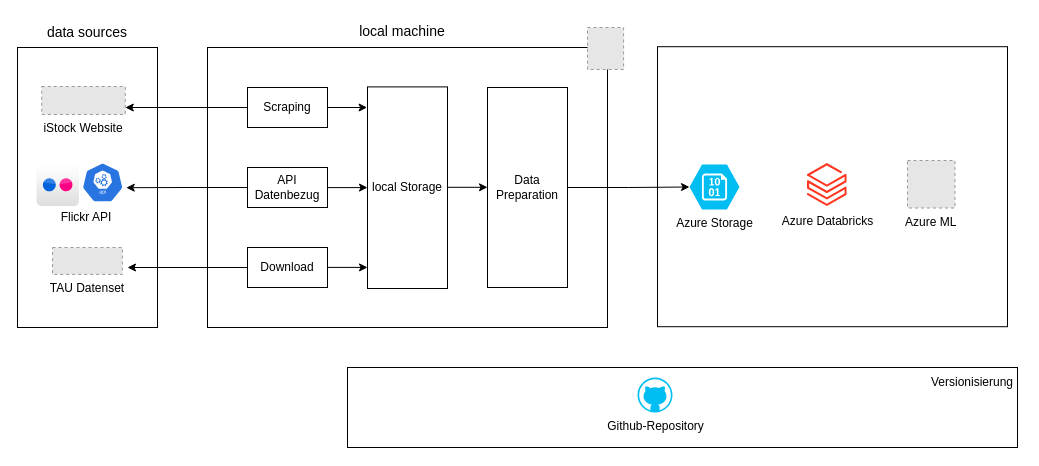
simschwab/zhaw_appliedDataScience keeps this draw.io diagram as Solution Design/solution-design.drawio. Above is the earlier version. Source tidied: cells renumbered, new cells numbered last; positions are measured from the earlier drawing's top-left corner, leaving out a move shared by most shapes. Both pictures are drawn from the tidied source at 100%, with x=0, y=0 at pixel (17, 16). Pictures stored in the file or linked from it are replaced by grey dashed boxes.
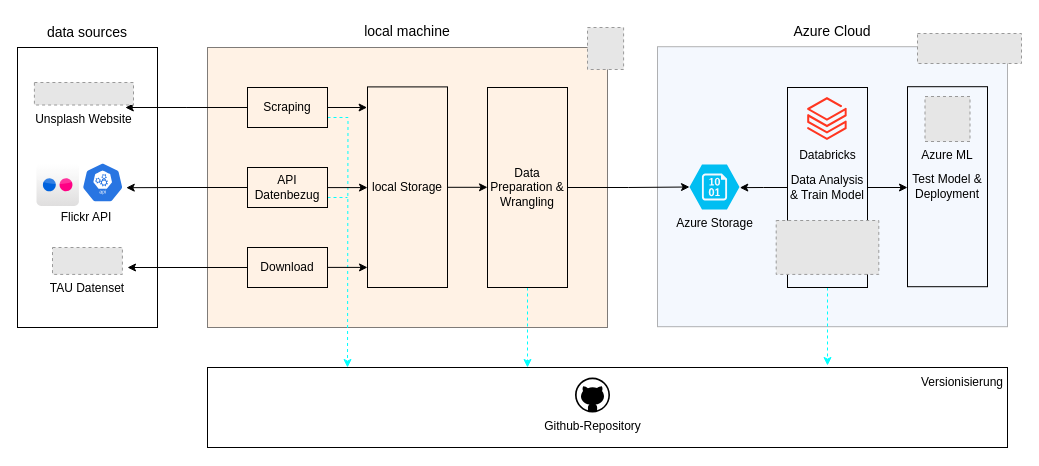
Above is the later version.

Unchanged cells that the change refers to:
```xml
<mxCell id="5" value="Azure Storage" style="verticalLabelPosition=bottom;html=1;verticalAlign=top;align=center;strokeColor=none;fillColor=#00BEF2;shape=mxgraph.azure.storage_blob;" parent="1" vertex="1">
  <mxGeometry x="672" y="148" width="50" height="45" as="geometry" />
</mxCell>
<mxCell id="17" value="Scraping" style="rounded=0;whiteSpace=wrap;html=1;fontSize=12;fillColor=none;" parent="1" vertex="1">
  <mxGeometry x="230" y="71" width="80" height="40" as="geometry" />
</mxCell>
<mxCell id="19" value="API Datenbezug" style="rounded=0;whiteSpace=wrap;html=1;fontSize=12;fillColor=none;" parent="1" vertex="1">
  <mxGeometry x="230" y="151" width="80" height="40" as="geometry" />
</mxCell>
```

What changed in the source:
```diff
@@
+    <mxCell id="4" style="rounded=0;whiteSpace=wrap;html=1;fillColor=#ffe6cc;strokeColor=#000000;opacity=50;" parent="1" vertex="1">
+      <mxGeometry x="190" y="31" width="400" height="280" as="geometry" />
+    </mxCell>
     <mxCell id="2" style="rounded=0;whiteSpace=wrap;html=1;labelBackgroundColor=default;fontSize=12;fillColor=none;" parent="1" vertex="1">
-      <mxGeometry x="330" y="351" width="670" height="80" as="geometry" />
+      <mxGeometry x="190" y="351" width="800" height="80" as="geometry" />
     </mxCell>
-    <mxCell id="3" style="rounded=0;whiteSpace=wrap;html=1;fillColor=none;" parent="1" vertex="1">
+    <mxCell id="3" style="rounded=0;whiteSpace=wrap;html=1;fillColor=#dae8fc;strokeColor=#000000;opacity=30;" parent="1" vertex="1">
       <mxGeometry x="640" y="30.2" width="350" height="280" as="geometry" />
     </mxCell>
-    <mxCell id="4" style="rounded=0;whiteSpace=wrap;html=1;fillColor=none;" parent="1" vertex="1">
-      <mxGeometry x="190" y="31" width="400" height="280" as="geometry" />
-    </mxCell>
@@
-    <mxCell id="6" value="Azure Databricks" style="html=1;align=center;image;fontSize=12;image=img/lib/azure2/analytics/Azure_Databricks.svg;labelBackgroundColor=none;" parent="1" vertex="1">
-      <mxGeometry x="790" y="146" width="39.7" height="45" as="geometry" />
-    </mxCell>
@@
-    <mxCell id="13" value="Github-Repository" style="verticalLabelPosition=bottom;html=1;verticalAlign=top;align=center;strokeColor=none;fillColor=#00BEF2;shape=mxgraph.azure.github_code;" parent="1" vertex="1">
-      <mxGeometry x="620" y="361" width="35" height="35" as="geometry" />
+    <mxCell id="13" value="Github-Repository" style="verticalLabelPosition=bottom;html=1;verticalAlign=top;align=center;strokeColor=none;fillColor=#000000;shape=mxgraph.azure.github_code;" parent="1" vertex="1">
+      <mxGeometry x="557.5" y="361" width="35" height="35" as="geometry" />
     </mxCell>
     <mxCell id="14" value="local machine" style="text;html=1;strokeColor=none;fillColor=none;align=center;verticalAlign=middle;whiteSpace=wrap;rounded=0;fontSize=14;" parent="1" vertex="1">
-      <mxGeometry x="310" y="0.2" width="150" height="30" as="geometry" />
+      <mxGeometry x="315" y="0.2" width="150" height="30" as="geometry" />
     </mxCell>
-    <mxCell id="15" style="edgeStyle=orthogonalEdgeStyle;rounded=0;jettySize=auto;html=1;exitX=0;exitY=0.5;exitDx=0;exitDy=0;entryX=1;entryY=0.75;entryDx=0;entryDy=0;fontSize=12;" parent="1" edge="1" source="17" target="23">
-      <mxGeometry relative="1" as="geometry" />
+    <mxCell id="15" style="edgeStyle=orthogonalEdgeStyle;rounded=0;jettySize=auto;html=1;exitX=0;exitY=0.5;exitDx=0;exitDy=0;entryX=1;entryY=0.75;entryDx=0;entryDy=0;fontSize=12;" parent="1" edge="1" source="17">
+      <mxGeometry relative="1" as="geometry">
+        <mxPoint x="107.8" y="91" as="targetPoint" />
+      </mxGeometry>
     </mxCell>
@@
+    <mxCell id="32" style="edgeStyle=orthogonalEdgeStyle;rounded=0;jettySize=auto;html=1;exitX=1;exitY=0.75;exitDx=0;exitDy=0;fontSize=12;dashed=1;fillColor=#fff2cc;strokeColor=#00FFFF;" parent="1" edge="1" source="17">
+      <mxGeometry relative="1" as="geometry">
+        <mxPoint x="330" y="351" as="targetPoint" />
+      </mxGeometry>
+    </mxCell>
@@
+    <mxCell id="33" style="edgeStyle=orthogonalEdgeStyle;rounded=0;jettySize=auto;html=1;exitX=1;exitY=0.75;exitDx=0;exitDy=0;dashed=1;fontSize=12;strokeColor=#00FFFF;endArrow=none;endFill=0;" parent="1" edge="1" source="19">
+      <mxGeometry relative="1" as="geometry">
+        <mxPoint x="330" y="181" as="targetPoint" />
+      </mxGeometry>
+    </mxCell>
@@
+    <mxCell id="34" style="edgeStyle=orthogonalEdgeStyle;rounded=0;jettySize=auto;html=1;exitX=0.5;exitY=1;exitDx=0;exitDy=0;entryX=0.4;entryY=0;entryDx=0;entryDy=0;entryPerimeter=0;dashed=1;fontSize=12;strokeColor=#00FFFF;" parent="1" edge="1" source="21" target="2">
+      <mxGeometry relative="1" as="geometry" />
+    </mxCell>
-    <mxCell id="21" value="Data Preparation" style="rounded=0;whiteSpace=wrap;html=1;fontSize=12;fillColor=none;" parent="1" vertex="1">
+    <mxCell id="21" value="Data Preparation &amp;amp; Wrangling" style="rounded=0;whiteSpace=wrap;html=1;fontSize=12;fillColor=none;" parent="1" vertex="1">
       <mxGeometry x="470" y="71" width="80" height="200" as="geometry" />
     </mxCell>
     <mxCell id="22" value="local Storage" style="rounded=0;whiteSpace=wrap;html=1;fontSize=12;fillColor=none;" parent="1" vertex="1">
-      <mxGeometry x="350" y="70.4" width="80" height="201.6" as="geometry" />
+      <mxGeometry x="350" y="70.4" width="80" height="200.6" as="geometry" />
     </mxCell>
-    <mxCell id="23" value="iStock Website" style="fillColor=#E6E6E6;strokeColor=#999999;dashed=1;verticalLabelPosition=bottom;labelBackgroundColor=default;verticalAlign=top;" parent="1" vertex="1">
-      <mxGeometry x="24.2" y="70" width="83.6" height="28" as="geometry" />
-    </mxCell>
@@
-    <mxCell id="27" value="Azure ML" style="fillColor=#E6E6E6;strokeColor=#999999;dashed=1;verticalLabelPosition=bottom;labelBackgroundColor=none;verticalAlign=top;" parent="1" vertex="1">
-      <mxGeometry x="890" y="144" width="47.5" height="47.5" as="geometry" />
-    </mxCell>
     <mxCell id="28" value="Versionisierung" style="text;html=1;strokeColor=none;fillColor=none;align=center;verticalAlign=middle;whiteSpace=wrap;rounded=0;labelBackgroundColor=default;fontSize=12;" parent="1" vertex="1">
-      <mxGeometry x="910" y="351" width="90" height="30" as="geometry" />
+      <mxGeometry x="900" y="351" width="90" height="30" as="geometry" />
     </mxCell>
@@
+    <mxCell id="35" style="fillColor=#E6E6E6;strokeColor=#999999;dashed=1;verticalLabelPosition=bottom;labelBackgroundColor=default;verticalAlign=top;" parent="1" vertex="1">
+      <mxGeometry x="900" y="17" width="104" height="30" as="geometry" />
+    </mxCell>
+    <mxCell id="36" style="edgeStyle=orthogonalEdgeStyle;rounded=0;jettySize=auto;html=1;exitX=0.5;exitY=1;exitDx=0;exitDy=0;entryX=0.775;entryY=-0.025;entryDx=0;entryDy=0;entryPerimeter=0;dashed=1;fontSize=12;endArrow=classic;endFill=1;strokeColor=#00FFFF;" parent="1" edge="1" source="39" target="2">
+      <mxGeometry relative="1" as="geometry" />
+    </mxCell>
+    <mxCell id="37" style="edgeStyle=orthogonalEdgeStyle;rounded=0;jettySize=auto;html=1;exitX=0;exitY=0.5;exitDx=0;exitDy=0;entryX=1.006;entryY=0.514;entryDx=0;entryDy=0;entryPerimeter=0;fontSize=12;endArrow=classic;endFill=1;strokeColor=#000000;" parent="1" edge="1" source="39" target="5">
+      <mxGeometry relative="1" as="geometry" />
+    </mxCell>
+    <mxCell id="38" style="edgeStyle=orthogonalEdgeStyle;rounded=0;jettySize=auto;html=1;exitX=1;exitY=0.5;exitDx=0;exitDy=0;entryX=0;entryY=0.504;entryDx=0;entryDy=0;fontSize=12;endArrow=classic;endFill=1;strokeColor=#000000;entryPerimeter=0;" parent="1" edge="1" source="39" target="42">
+      <mxGeometry relative="1" as="geometry" />
+    </mxCell>
+    <mxCell id="39" value="Data Analysis &amp;amp; Train Model" style="rounded=0;whiteSpace=wrap;html=1;fontSize=12;fillColor=none;" parent="1" vertex="1">
+      <mxGeometry x="770" y="71" width="80" height="200" as="geometry" />
+    </mxCell>
+    <mxCell id="40" value="Unsplash Website" style="fillColor=#E6E6E6;strokeColor=#999999;dashed=1;verticalLabelPosition=bottom;labelBackgroundColor=default;verticalAlign=top;" parent="1" vertex="1">
+      <mxGeometry x="16.9" y="66" width="99.1" height="22.5" as="geometry" />
+    </mxCell>
+    <mxCell id="41" value="Azure Cloud" style="text;html=1;strokeColor=none;fillColor=none;align=center;verticalAlign=middle;whiteSpace=wrap;rounded=0;fontSize=14;" parent="1" vertex="1">
+      <mxGeometry x="740" y="0.2" width="150" height="30" as="geometry" />
+    </mxCell>
+    <mxCell id="6" value="Databricks" style="html=1;align=center;image;fontSize=12;image=img/lib/azure2/analytics/Azure_Databricks.svg;labelBackgroundColor=none;" parent="1" vertex="1">
+      <mxGeometry x="790.1" y="80" width="39.7" height="45" as="geometry" />
+    </mxCell>
+    <mxCell id="42" value="Test Model &amp;amp; Deployment" style="rounded=0;whiteSpace=wrap;html=1;fontSize=12;fillColor=none;" parent="1" vertex="1">
+      <mxGeometry x="890" y="70.2" width="80" height="200" as="geometry" />
+    </mxCell>
+    <mxCell id="27" value="Azure ML" style="fillColor=#E6E6E6;strokeColor=#999999;dashed=1;verticalLabelPosition=bottom;labelBackgroundColor=none;verticalAlign=top;" parent="1" vertex="1">
+      <mxGeometry x="907.5" y="80" width="45" height="45" as="geometry" />
+    </mxCell>
+    <mxCell id="43" style="fillColor=#E6E6E6;strokeColor=#999999;dashed=1;verticalLabelPosition=bottom;labelBackgroundColor=default;verticalAlign=top;" parent="1" vertex="1">
+      <mxGeometry x="758.7" y="204" width="102.6" height="53.9" as="geometry" />
+    </mxCell>
```
